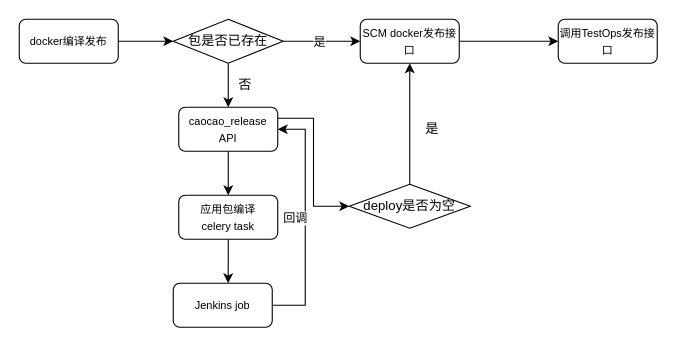
Makecodeeasy/diagrams keeps this draw.io diagram as 曹操/SCM测试和集成对接第三方发布平台.drawio. Above is the earlier version. Source tidied: cells renumbered, new cells numbered last; positions are measured from the earlier drawing's top-left corner, leaving out a move shared by most shapes. Both pictures are drawn from the tidied source at 110%, with x=0, y=0 at pixel (19, 19).
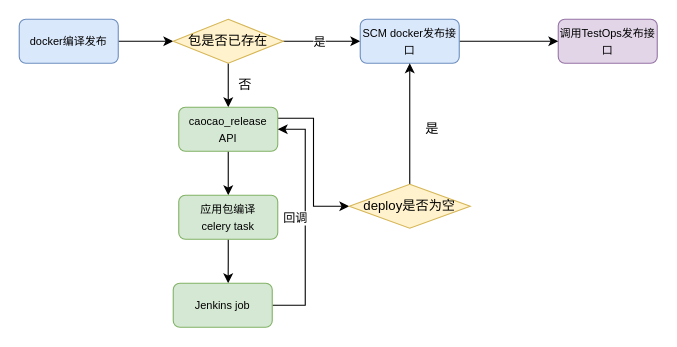
After the change.

Commit message:
Update SCM测试和集成对接第三方发布平台.drawio

Diff of the diagram source:
```diff
@@
-    <mxCell id="3" value="&lt;font style=&quot;font-size: 10px&quot;&gt;docker编译发布&lt;/font&gt;" style="rounded=1;whiteSpace=wrap;html=1;" parent="1" vertex="1">
+    <mxCell id="3" value="&lt;font style=&quot;font-size: 10px&quot;&gt;docker编译发布&lt;/font&gt;" style="rounded=1;whiteSpace=wrap;html=1;fillColor=#dae8fc;strokeColor=#6c8ebf;" parent="1" vertex="1">
       <mxGeometry width="90" height="40" as="geometry" />
     </mxCell>
@@
-    <mxCell id="7" value="包是否已存在" style="rhombus;whiteSpace=wrap;html=1;" parent="1" vertex="1">
+    <mxCell id="7" value="包是否已存在" style="rhombus;whiteSpace=wrap;html=1;fillColor=#fff2cc;strokeColor=#d6b656;" parent="1" vertex="1">
       <mxGeometry x="140" width="100" height="40" as="geometry" />
     </mxCell>
-    <mxCell id="8" value="&lt;span style=&quot;font-size: 10px&quot;&gt;调用TestOps发布接口&lt;/span&gt;" style="rounded=1;whiteSpace=wrap;html=1;" parent="1" vertex="1">
+    <mxCell id="8" value="&lt;span style=&quot;font-size: 10px&quot;&gt;调用TestOps发布接口&lt;/span&gt;" style="rounded=1;whiteSpace=wrap;html=1;fillColor=#e1d5e7;strokeColor=#9673a6;" parent="1" vertex="1">
       <mxGeometry x="490" width="90" height="40" as="geometry" />
     </mxCell>
@@
-    <mxCell id="11" value="&lt;span style=&quot;font-size: 10px&quot;&gt;caocao_release&lt;br&gt;API&lt;br&gt;&lt;/span&gt;" style="rounded=1;whiteSpace=wrap;html=1;" parent="1" vertex="1">
+    <mxCell id="11" value="&lt;span style=&quot;font-size: 10px&quot;&gt;caocao_release&lt;br&gt;API&lt;br&gt;&lt;/span&gt;" style="rounded=1;whiteSpace=wrap;html=1;fillColor=#d5e8d4;strokeColor=#82b366;" parent="1" vertex="1">
       <mxGeometry x="145" y="80" width="90" height="40" as="geometry" />
     </mxCell>
@@
-    <mxCell id="14" value="&lt;span style=&quot;font-size: 10px&quot;&gt;应用包编译&lt;br&gt;celery task&lt;/span&gt;" style="rounded=1;whiteSpace=wrap;html=1;" parent="1" vertex="1">
+    <mxCell id="14" value="&lt;span style=&quot;font-size: 10px&quot;&gt;应用包编译&lt;br&gt;celery task&lt;/span&gt;" style="rounded=1;whiteSpace=wrap;html=1;fillColor=#d5e8d4;strokeColor=#82b366;" parent="1" vertex="1">
       <mxGeometry x="145" y="160" width="90" height="40" as="geometry" />
     </mxCell>
@@
-    <mxCell id="16" value="&lt;font style=&quot;font-size: 10px&quot;&gt;SCM docker发布接口&lt;/font&gt;" style="rounded=1;whiteSpace=wrap;html=1;" parent="1" vertex="1">
+    <mxCell id="16" value="&lt;font style=&quot;font-size: 10px&quot;&gt;SCM docker发布接口&lt;/font&gt;" style="rounded=1;whiteSpace=wrap;html=1;fillColor=#dae8fc;strokeColor=#6c8ebf;" parent="1" vertex="1">
       <mxGeometry x="310" width="90" height="40" as="geometry" />
     </mxCell>
@@
-    <mxCell id="18" value="deploy是否为空" style="rhombus;whiteSpace=wrap;html=1;" parent="1" vertex="1">
+    <mxCell id="18" value="deploy是否为空" style="rhombus;whiteSpace=wrap;html=1;fillColor=#fff2cc;strokeColor=#d6b656;" parent="1" vertex="1">
       <mxGeometry x="300" y="150" width="110" height="40" as="geometry" />
     </mxCell>
@@
-    <mxCell id="22" value="&lt;span style=&quot;font-size: 10px&quot;&gt;Jenkins job&lt;br&gt;&lt;/span&gt;" style="rounded=1;whiteSpace=wrap;html=1;" parent="1" vertex="1">
+    <mxCell id="22" value="&lt;span style=&quot;font-size: 10px&quot;&gt;Jenkins job&lt;br&gt;&lt;/span&gt;" style="rounded=1;whiteSpace=wrap;html=1;fillColor=#d5e8d4;strokeColor=#82b366;" parent="1" vertex="1">
       <mxGeometry x="140" y="240" width="90" height="40" as="geometry" />
     </mxCell>
```
